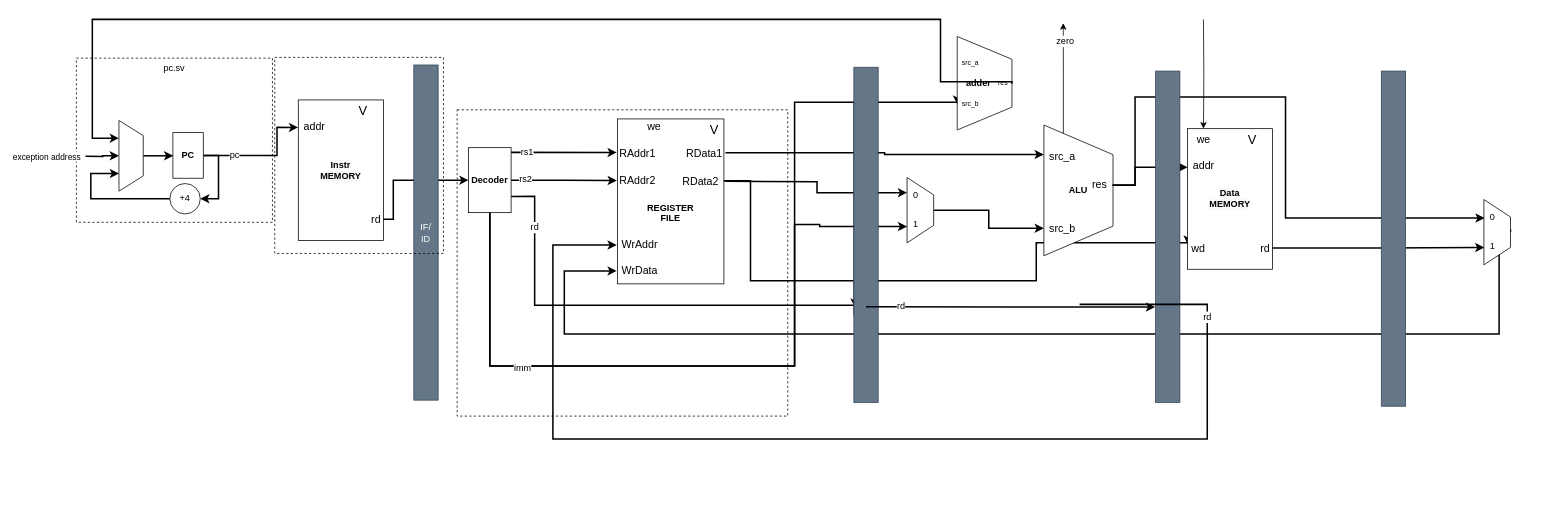
The draw.io diagram page "pipelined" (3 of 3) of doc/architecture.drawio in T-Szymk/FRiscV, before the edit. Source tidied: cells renumbered, new cells numbered last; positions are measured from the earlier drawing's top-left corner, leaving out a move shared by most shapes. Both pictures are drawn from the tidied source at 76%, with x=0, y=0 at pixel (76, 19).
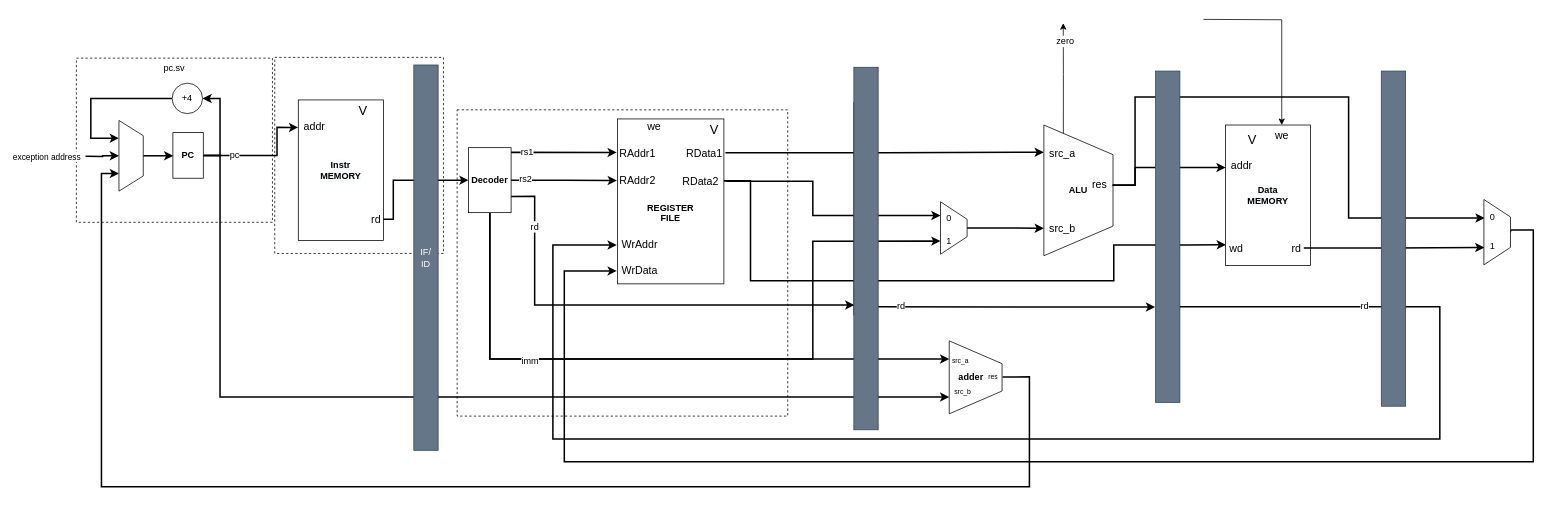
The same diagram, later.

Commit message:
updated pipelined datapath architecture diagram

Unchanged cells that the change refers to:
```xml
<mxCell id="8" value="PC" style="rounded=0;whiteSpace=wrap;html=1;fontStyle=1;" parent="1" vertex="1">
  <mxGeometry x="127" y="149" width="40" height="60" as="geometry" />
</mxCell>
<mxCell id="34" value="Decoder" style="rounded=0;whiteSpace=wrap;html=1;labelBackgroundColor=default;fontFamily=Helvetica;fontSize=12;fontColor=default;fillColor=default;gradientColor=none;fontStyle=1;" parent="1" vertex="1">
  <mxGeometry x="516" y="168.8" width="56" height="85.5" as="geometry" />
</mxCell>
<mxCell id="39" value="RData2" style="text;html=1;align=center;verticalAlign=middle;points=[];strokeColor=none;fillColor=none;fontSize=14;" parent="35" vertex="1">
  <mxGeometry x="80" y="71" width="57" height="21" as="geometry" />
</mxCell>
<mxCell id="52" value="res" style="text;html=1;align=center;verticalAlign=middle;points=[];strokeColor=none;fillColor=none;fontSize=14;" parent="1" vertex="1">
  <mxGeometry x="1328" y="206" width="36" height="24" as="geometry" />
</mxCell>
<mxCell id="70" style="shape=trapezoid;perimeter=trapezoidPerimeter;whiteSpace=wrap;html=1;fixedSize=1;labelBackgroundColor=default;fontFamily=Helvetica;fontSize=12;fontColor=default;fillColor=default;gradientColor=none;direction=south;size=23;" parent="69" vertex="1">
  <mxGeometry width="35" height="86" as="geometry" />
</mxCell>
<mxCell id="71" value="0" style="text;html=1;align=center;verticalAlign=middle;points=[];strokeColor=none;fillColor=none;fontSize=12;fontFamily=Helvetica;fontColor=default;" parent="69" vertex="1">
  <mxGeometry y="9.8" width="21" height="28" as="geometry" />
</mxCell>
<mxCell id="80" style="shape=trapezoid;perimeter=trapezoidPerimeter;whiteSpace=wrap;html=1;fixedSize=1;rotation=90;" parent="1" vertex="1">
  <mxGeometry x="25.5" y="163.5" width="93" height="32" as="geometry" />
</mxCell>
```

Change to the diagram source:
```diff
@@
-    <mxCell id="2" style="edgeStyle=orthogonalEdgeStyle;rounded=0;jettySize=auto;html=1;exitX=0.5;exitY=1;exitDx=0;exitDy=0;entryX=0.009;entryY=0.586;entryDx=0;entryDy=0;entryPerimeter=0;fontFamily=Helvetica;fontSize=12;fontColor=default;endArrow=classic;endFill=1;strokeWidth=2;" parent="1" edge="1" source="34" target="66">
+    <mxCell id="2" style="edgeStyle=orthogonalEdgeStyle;rounded=0;jettySize=auto;html=1;exitX=0.5;exitY=1;exitDx=0;exitDy=0;fontFamily=Helvetica;fontSize=12;fontColor=default;endArrow=classic;endFill=1;strokeWidth=2;entryX=0.25;entryY=1;entryDx=0;entryDy=0;" parent="1" edge="1" source="34" target="64">
       <mxGeometry relative="1" as="geometry">
         <Array as="points">
-          <mxPoint x="544" y="456" />
-          <mxPoint x="945" y="456" />
-          <mxPoint x="945" y="109" />
-          <mxPoint x="1159" y="109" />
+          <mxPoint x="544" y="447" />
         </Array>
       </mxGeometry>
     </mxCell>
     <mxCell id="3" style="edgeStyle=orthogonalEdgeStyle;rounded=0;jettySize=auto;html=1;fontFamily=Helvetica;fontSize=12;fontColor=default;endArrow=classic;endFill=1;strokeWidth=2;entryX=0;entryY=0.365;entryDx=0;entryDy=0;entryPerimeter=0;" parent="1" edge="1" target="62">
       <mxGeometry relative="1" as="geometry">
         <mxPoint x="855" y="213" as="sourcePoint" />
+        <Array as="points">
+          <mxPoint x="969" y="213" />
+          <mxPoint x="969" y="258" />
+        </Array>
       </mxGeometry>
     </mxCell>
     <mxCell id="4" style="edgeStyle=orthogonalEdgeStyle;rounded=0;jettySize=auto;html=1;fontFamily=Helvetica;fontSize=12;fontColor=default;endArrow=classic;endFill=1;strokeWidth=2;entryX=0.02;entryY=0.349;entryDx=0;entryDy=0;entryPerimeter=0;" parent="1" edge="1" source="39" target="23">
       <mxGeometry relative="1" as="geometry">
         <Array as="points">
-          <mxPoint x="887" y="213" />
+          <mxPoint x="887" y="212" />
           <mxPoint x="887" y="344" />
-          <mxPoint x="1263" y="344" />
-          <mxPoint x="1263" y="294" />
+          <mxPoint x="1365" y="344" />
+          <mxPoint x="1365" y="297" />
+          <mxPoint x="1463" y="297" />
         </Array>
       </mxGeometry>
     </mxCell>
     <mxCell id="5" style="edgeStyle=orthogonalEdgeStyle;rounded=0;jettySize=auto;html=1;exitX=1;exitY=0.5;exitDx=0;exitDy=0;entryX=1;entryY=0.5;entryDx=0;entryDy=0;strokeWidth=2;" parent="1" edge="1" source="8" target="10">
-      <mxGeometry relative="1" as="geometry" />
+      <mxGeometry relative="1" as="geometry">
+        <Array as="points">
+          <mxPoint x="189" y="179" />
+          <mxPoint x="189" y="104" />
+        </Array>
+      </mxGeometry>
     </mxCell>
@@
-    <mxCell id="9" style="edgeStyle=orthogonalEdgeStyle;rounded=0;jettySize=auto;html=1;exitX=0;exitY=0.5;exitDx=0;exitDy=0;endArrow=classic;endFill=1;strokeWidth=2;entryX=0.75;entryY=1;entryDx=0;entryDy=0;" parent="1" edge="1" source="10" target="80">
+    <mxCell id="9" style="edgeStyle=orthogonalEdgeStyle;rounded=0;jettySize=auto;html=1;exitX=0;exitY=0.5;exitDx=0;exitDy=0;endArrow=classic;endFill=1;strokeWidth=2;entryX=0.25;entryY=1;entryDx=0;entryDy=0;" parent="1" edge="1" source="10" target="80">
       <mxGeometry relative="1" as="geometry">
         <Array as="points">
-          <mxPoint x="19" y="236" />
-          <mxPoint x="19" y="203" />
-          <mxPoint x="56" y="203" />
+          <mxPoint x="19" y="104" />
+          <mxPoint x="19" y="156" />
+          <mxPoint x="56" y="156" />
         </Array>
       </mxGeometry>
     </mxCell>
     <mxCell id="10" value="+4" style="ellipse;whiteSpace=wrap;html=1;" parent="1" vertex="1">
-      <mxGeometry x="123" y="216" width="40" height="40" as="geometry" />
+      <mxGeometry x="126" y="84" width="40" height="40" as="geometry" />
     </mxCell>
@@
     <mxCell id="17" value="&lt;span style=&quot;background-color: rgb(248 , 249 , 250)&quot;&gt;&lt;b&gt;Data&lt;/b&gt;&lt;/span&gt;&lt;br style=&quot;font-weight: 700 ; background-color: rgb(248 , 249 , 250)&quot;&gt;&lt;span style=&quot;font-weight: 700 ; background-color: rgb(248 , 249 , 250)&quot;&gt;MEMORY&lt;/span&gt;" style="rounded=0;whiteSpace=wrap;html=1;fontFamily=Helvetica;fontSize=12;fontColor=default;fillColor=default;gradientColor=none;labelBackgroundColor=default;" parent="1" vertex="1">
-      <mxGeometry x="1462" y="143.8" width="112" height="185" as="geometry" />
+      <mxGeometry x="1512" y="139" width="112" height="185" as="geometry" />
     </mxCell>
     <mxCell id="18" value="addr" style="text;html=1;align=center;verticalAlign=middle;points=[];strokeColor=none;fillColor=none;fontSize=14;" parent="1" vertex="1">
-      <mxGeometry x="1462" y="178.8" width="42" height="28" as="geometry" />
+      <mxGeometry x="1512" y="179" width="42" height="28" as="geometry" />
     </mxCell>
@@
     <mxCell id="20" style="edgeStyle=orthogonalEdgeStyle;rounded=0;jettySize=auto;html=1;fontFamily=Helvetica;fontSize=12;fontColor=default;endArrow=classic;endFill=1;strokeWidth=2;exitX=0.5;exitY=0;exitDx=0;exitDy=0;" parent="1" edge="1" source="70">
       <mxGeometry relative="1" as="geometry">
         <mxPoint x="711" y="331" as="targetPoint" />
         <Array as="points">
           <mxPoint x="1887" y="277" />
-          <mxPoint x="1872" y="277" />
-          <mxPoint x="1872" y="414" />
-          <mxPoint x="642" y="414" />
+          <mxPoint x="1917" y="277" />
+          <mxPoint x="1917" y="582" />
+          <mxPoint x="642" y="582" />
           <mxPoint x="642" y="331" />
         </Array>
       </mxGeometry>
     </mxCell>
@@
     <mxCell id="22" value="rd" style="text;html=1;align=center;verticalAlign=middle;points=[];strokeColor=none;fillColor=none;fontSize=14;" parent="1" vertex="1">
-      <mxGeometry x="1553" y="286.8" width="21" height="28" as="geometry" />
+      <mxGeometry x="1594" y="286.8" width="21" height="28" as="geometry" />
     </mxCell>
     <mxCell id="23" value="wd" style="text;html=1;align=center;verticalAlign=middle;points=[];strokeColor=none;fillColor=none;fontSize=14;" parent="1" vertex="1">
-      <mxGeometry x="1462" y="286.8" width="28" height="28" as="geometry" />
+      <mxGeometry x="1512" y="286.8" width="28" height="28" as="geometry" />
     </mxCell>
@@
     <mxCell id="25" value="we" style="text;html=1;align=center;verticalAlign=middle;points=[];strokeColor=none;fillColor=none;fontSize=14;" parent="1" vertex="1">
-      <mxGeometry x="1469" y="143.8" width="28" height="28" as="geometry" />
+      <mxGeometry x="1572" y="139" width="28" height="28" as="geometry" />
     </mxCell>
@@
     <mxCell id="31" style="edgeStyle=orthogonalEdgeStyle;rounded=0;jettySize=auto;html=1;exitX=0.5;exitY=1;exitDx=0;exitDy=0;fontFamily=Helvetica;fontSize=12;fontColor=default;endArrow=classic;endFill=1;strokeWidth=2;entryX=0.75;entryY=1;entryDx=0;entryDy=0;" parent="1" edge="1" source="34" target="61">
       <mxGeometry relative="1" as="geometry">
         <Array as="points">
-          <mxPoint x="544" y="456" />
-          <mxPoint x="945" y="456" />
-          <mxPoint x="945" y="270" />
-          <mxPoint x="978" y="270" />
-          <mxPoint x="978" y="273" />
+          <mxPoint x="544" y="447" />
+          <mxPoint x="969" y="447" />
+          <mxPoint x="969" y="292" />
+          <mxPoint x="978" y="292" />
         </Array>
       </mxGeometry>
     </mxCell>
@@
-    <mxCell id="33" value="rd" style="edgeStyle=orthogonalEdgeStyle;rounded=0;jettySize=auto;html=1;exitX=1;exitY=0.75;exitDx=0;exitDy=0;entryX=0.051;entryY=0.717;entryDx=0;entryDy=0;entryPerimeter=0;fontFamily=Helvetica;fontSize=12;fontColor=default;endArrow=classic;endFill=1;strokeWidth=2;" parent="1" edge="1" source="34" target="58">
+    <mxCell id="33" value="rd" style="edgeStyle=orthogonalEdgeStyle;rounded=0;jettySize=auto;html=1;exitX=1;exitY=0.75;exitDx=0;exitDy=0;fontFamily=Helvetica;fontSize=12;fontColor=default;endArrow=classic;endFill=1;strokeWidth=2;entryX=0.02;entryY=0.656;entryDx=0;entryDy=0;entryPerimeter=0;" parent="1" edge="1" source="34" target="58">
       <mxGeometry x="-0.76" relative="1" as="geometry">
         <Array as="points">
           <mxPoint x="603" y="233" />
           <mxPoint x="603" y="376" />
         </Array>
       </mxGeometry>
     </mxCell>
@@
     <mxCell id="48" value="src_a" style="text;html=1;align=center;verticalAlign=middle;points=[];strokeColor=none;fillColor=none;fontSize=14;" parent="1" vertex="1">
-      <mxGeometry x="1273" y="168" width="48" height="24" as="geometry" />
+      <mxGeometry x="1273" y="165" width="48" height="24" as="geometry" />
     </mxCell>
@@
     <mxCell id="51" style="edgeStyle=orthogonalEdgeStyle;rounded=0;jettySize=auto;html=1;entryX=0.048;entryY=0.522;entryDx=0;entryDy=0;entryPerimeter=0;fontFamily=Helvetica;fontSize=12;fontColor=default;endArrow=classic;endFill=1;strokeWidth=2;" parent="1" edge="1" source="52" target="71">
       <mxGeometry relative="1" as="geometry">
         <Array as="points">
           <mxPoint x="1393" y="218" />
           <mxPoint x="1393" y="102" />
-          <mxPoint x="1591" y="102" />
-          <mxPoint x="1591" y="261" />
+          <mxPoint x="1674" y="102" />
+          <mxPoint x="1674" y="261" />
         </Array>
       </mxGeometry>
     </mxCell>
@@
-    <mxCell id="55" style="rounded=0;whiteSpace=wrap;html=1;fillColor=#647687;fontColor=#ffffff;strokeColor=#314354;" parent="1" vertex="1">
-      <mxGeometry x="1717" y="68" width="32" height="441" as="geometry" />
-    </mxCell>
-    <mxCell id="56" value="IF/&lt;br&gt;ID" style="rounded=0;whiteSpace=wrap;html=1;fillColor=#647687;fontColor=#ffffff;strokeColor=#314354;" parent="1" vertex="1">
-      <mxGeometry x="444" y="60" width="32" height="441" as="geometry" />
-    </mxCell>
@@
-    <mxCell id="58" style="rounded=0;whiteSpace=wrap;html=1;fillColor=#647687;fontColor=#ffffff;strokeColor=#314354;" parent="1" vertex="1">
-      <mxGeometry x="1023" y="63" width="32" height="441" as="geometry" />
-    </mxCell>
@@
     <mxCell id="60" style="group;" parent="1" vertex="1">
-      <mxGeometry x="1093" y="208" width="35" height="86" as="geometry" />
+      <mxGeometry x="1137" y="240" width="35" height="69" as="geometry" />
     </mxCell>
     <mxCell id="61" style="shape=trapezoid;perimeter=trapezoidPerimeter;whiteSpace=wrap;html=1;fixedSize=1;labelBackgroundColor=default;fontFamily=Helvetica;fontSize=12;fontColor=default;fillColor=default;gradientColor=none;direction=south;size=23;" parent="60" vertex="1">
-      <mxGeometry width="35" height="86" as="geometry" />
+      <mxGeometry width="35" height="69" as="geometry" />
     </mxCell>
     <mxCell id="62" value="0" style="text;html=1;align=center;verticalAlign=middle;points=[];strokeColor=none;fillColor=none;fontSize=12;fontFamily=Helvetica;fontColor=default;" parent="60" vertex="1">
-      <mxGeometry y="9.8" width="21" height="28" as="geometry" />
+      <mxGeometry y="7.8" width="21" height="28" as="geometry" />
     </mxCell>
     <mxCell id="63" value="1" style="text;html=1;align=center;verticalAlign=middle;strokeColor=none;fillColor=none;fontSize=12;fontFamily=Helvetica;fontColor=default;" parent="60" vertex="1">
-      <mxGeometry y="47.5" width="21" height="28" as="geometry" />
+      <mxGeometry y="38.1" width="21" height="28" as="geometry" />
     </mxCell>
     <mxCell id="64" value="&amp;nbsp; &amp;nbsp;adder" style="shape=trapezoid;perimeter=trapezoidPerimeter;whiteSpace=wrap;html=1;fixedSize=1;fontSize=12;direction=south;size=30;align=left;fontStyle=1;" parent="1" vertex="1">
-      <mxGeometry x="1159" y="22.5" width="72" height="123" as="geometry" />
+      <mxGeometry x="1148.5" y="423" width="69.5" height="96" as="geometry" />
     </mxCell>
     <mxCell id="65" value="src_a" style="text;html=1;align=center;verticalAlign=middle;strokeColor=none;fillColor=none;fontSize=9;" parent="1" vertex="1">
-      <mxGeometry x="1159" y="49.5" width="33" height="15" as="geometry" />
+      <mxGeometry x="1146" y="441" width="33" height="15" as="geometry" />
     </mxCell>
     <mxCell id="66" value="src_b" style="text;html=1;align=center;verticalAlign=middle;points=[];strokeColor=none;fillColor=none;fontSize=9;" parent="1" vertex="1">
-      <mxGeometry x="1159" y="103.5" width="33" height="15" as="geometry" />
+      <mxGeometry x="1149" y="483" width="33" height="15" as="geometry" />
     </mxCell>
-    <mxCell id="67" style="edgeStyle=orthogonalEdgeStyle;rounded=0;jettySize=auto;html=1;fontFamily=Helvetica;fontSize=12;fontColor=default;endArrow=classic;endFill=1;strokeWidth=2;exitX=1.002;exitY=0.54;exitDx=0;exitDy=0;exitPerimeter=0;entryX=0.25;entryY=1;entryDx=0;entryDy=0;" parent="1" edge="1" source="68" target="80">
+    <mxCell id="67" style="edgeStyle=orthogonalEdgeStyle;rounded=0;jettySize=auto;html=1;fontFamily=Helvetica;fontSize=12;fontColor=default;endArrow=classic;endFill=1;strokeWidth=2;entryX=0.75;entryY=1;entryDx=0;entryDy=0;exitX=1.03;exitY=0.462;exitDx=0;exitDy=0;exitPerimeter=0;" parent="1" edge="1" source="68" target="80">
       <mxGeometry relative="1" as="geometry">
         <Array as="points">
-          <mxPoint x="1137" y="82" />
-          <mxPoint x="1137" />
-          <mxPoint x="21" />
-          <mxPoint x="21" y="156" />
-          <mxPoint x="56" y="156" />
+          <mxPoint x="1254" y="470" />
+          <mxPoint x="1254" y="615" />
+          <mxPoint x="33" y="615" />
+          <mxPoint x="33" y="203" />
+          <mxPoint x="56" y="203" />
         </Array>
       </mxGeometry>
     </mxCell>
     <mxCell id="68" value="res" style="text;html=1;align=center;verticalAlign=middle;points=[];strokeColor=none;fillColor=none;fontSize=9;" parent="1" vertex="1">
-      <mxGeometry x="1207" y="76.5" width="24" height="15" as="geometry" />
+      <mxGeometry x="1194" y="463.5" width="24" height="15" as="geometry" />
     </mxCell>
@@
     <mxCell id="77" value="rd" style="edgeStyle=orthogonalEdgeStyle;rounded=0;orthogonalLoop=1;jettySize=auto;html=1;fontFamily=Helvetica;fontSize=12;fontColor=default;endArrow=classic;endFill=1;strokeWidth=2;" parent="1" edge="1">
       <mxGeometry x="-0.76" relative="1" as="geometry">
-        <mxPoint x="1320" y="375" as="sourcePoint" />
+        <mxPoint x="1452" y="378" as="sourcePoint" />
         <mxPoint x="711" y="297" as="targetPoint" />
         <Array as="points">
-          <mxPoint x="1488" y="375" />
-          <mxPoint x="1488" y="552" />
+          <mxPoint x="1794" y="378" />
+          <mxPoint x="1794" y="552" />
           <mxPoint x="627" y="552" />
           <mxPoint x="627" y="297" />
         </Array>
       </mxGeometry>
     </mxCell>
@@
+    <mxCell id="81" style="edgeStyle=orthogonalEdgeStyle;rounded=0;jettySize=auto;html=1;entryX=-0.017;entryY=0.927;entryDx=0;entryDy=0;fontFamily=Helvetica;fontSize=12;fontColor=default;endArrow=classic;endFill=1;strokeWidth=2;exitX=1;exitY=0.5;exitDx=0;exitDy=0;entryPerimeter=0;" parent="1" edge="1" source="8" target="66">
+      <mxGeometry relative="1" as="geometry">
+        <Array as="points">
+          <mxPoint x="189" y="179" />
+          <mxPoint x="189" y="497" />
+        </Array>
+      </mxGeometry>
+    </mxCell>
+    <mxCell id="58" style="rounded=0;whiteSpace=wrap;html=1;fillColor=#647687;fontColor=#ffffff;strokeColor=#314354;" parent="1" vertex="1">
+      <mxGeometry x="1023" y="63" width="32" height="477" as="geometry" />
+    </mxCell>
+    <mxCell id="56" value="IF/&lt;br&gt;ID" style="rounded=0;whiteSpace=wrap;html=1;fillColor=#647687;fontColor=#ffffff;strokeColor=#314354;" parent="1" vertex="1">
+      <mxGeometry x="444" y="60" width="32" height="507" as="geometry" />
+    </mxCell>
+    <mxCell id="55" style="rounded=0;whiteSpace=wrap;html=1;fillColor=#647687;fontColor=#ffffff;strokeColor=#314354;" parent="1" vertex="1">
+      <mxGeometry x="1717" y="68" width="32" height="441" as="geometry" />
+    </mxCell>
```
